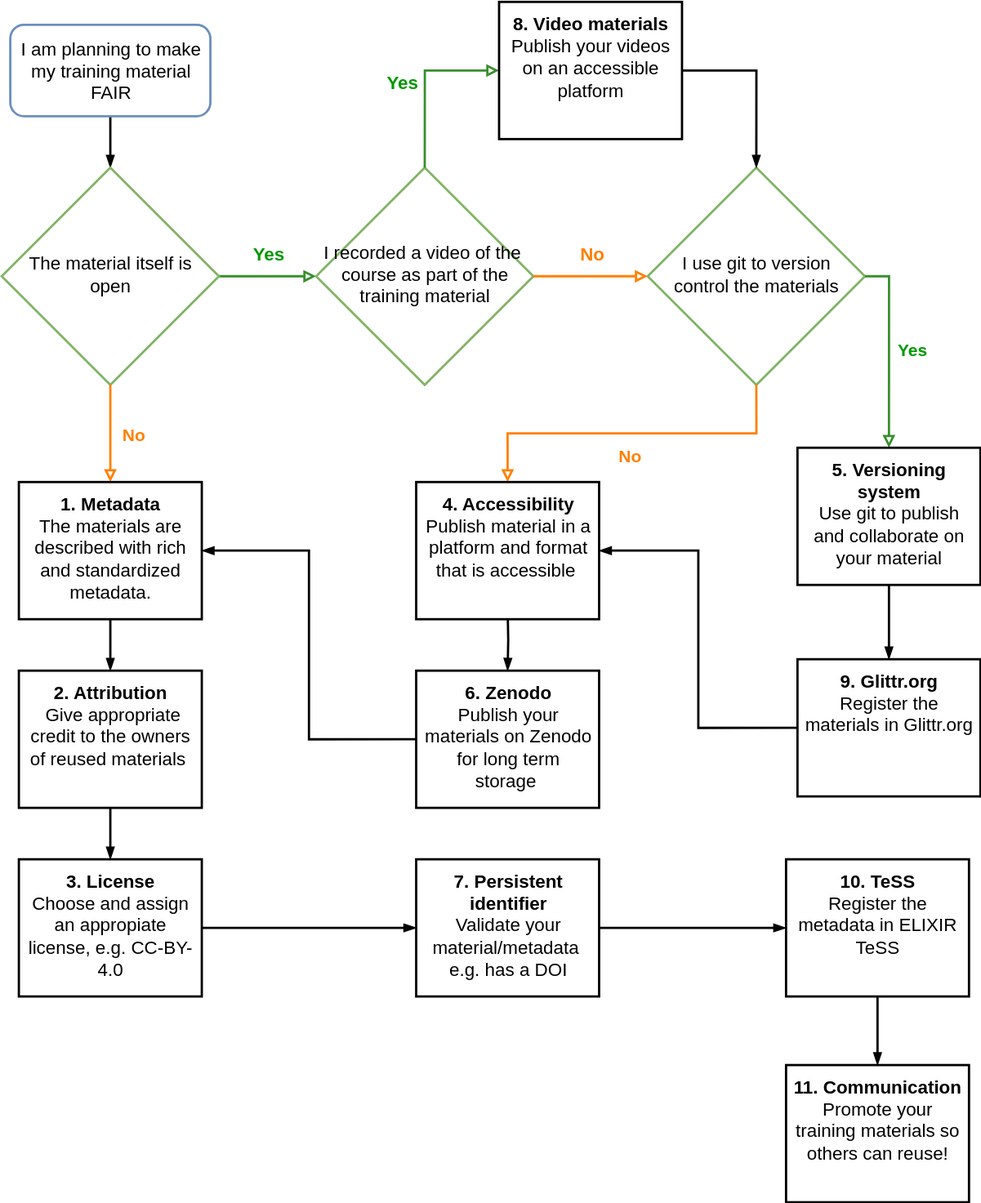
Earlier version of the draw.io export FAIR_training_flowchart.drawio.svg (elixir-europe-training/ELIXIR-TrP-FAIR-Training-Flowchart). Source tidied: cells renumbered, new cells last; positions are measured from the earlier drawing's top-left corner, leaving out a move shared by most shapes.
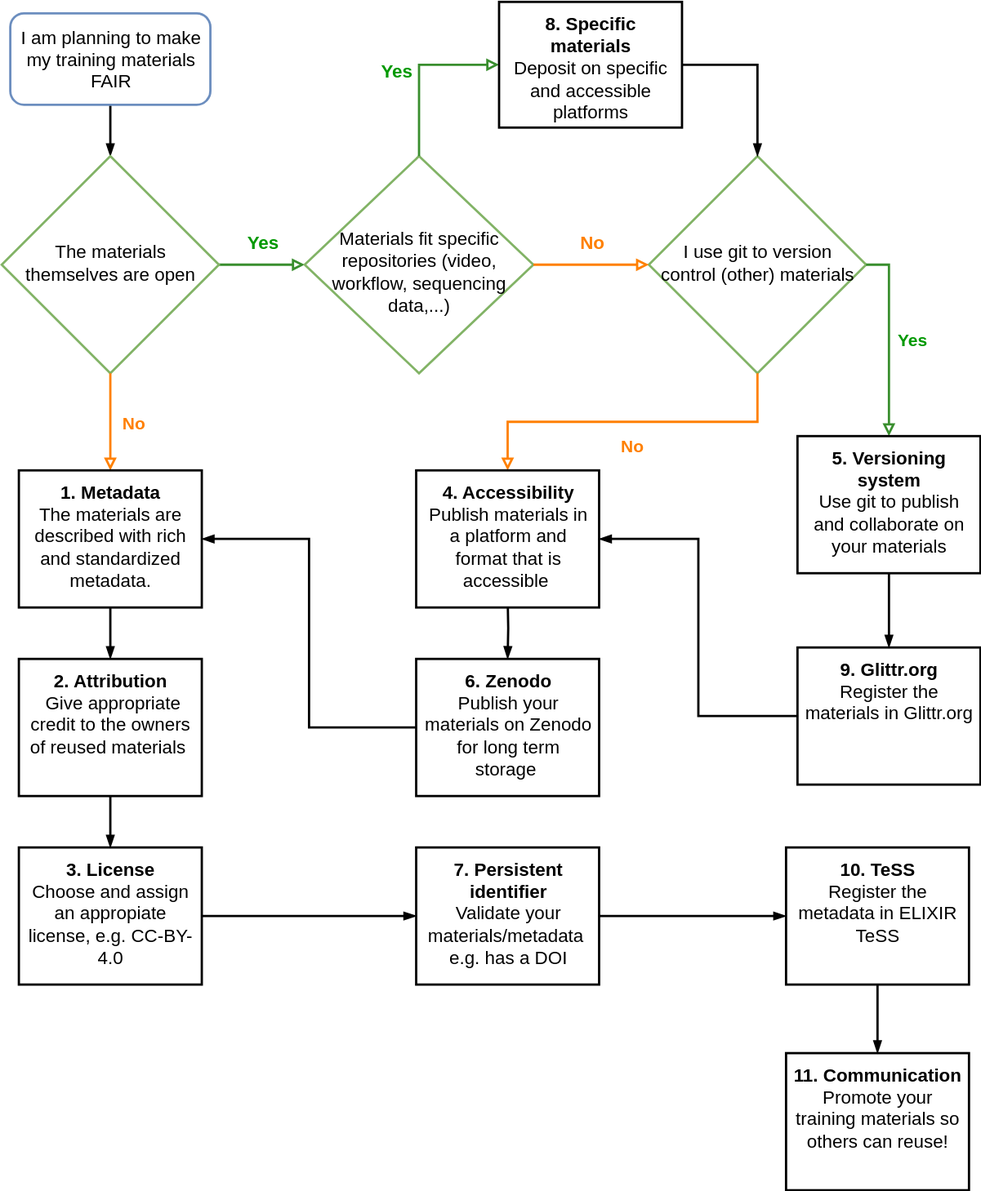
The same diagram one commit later.

Change to the diagram source:
```diff
@@ -5,20 +5,25 @@
     <mxCell id="2" style="rounded=0;html=1;jettySize=auto;fontSize=16;endArrow=blockThin;endFill=1;strokeWidth=2;shadow=0;labelBackgroundColor=none;edgeStyle=orthogonalEdgeStyle;curved=0;entryX=0.5;entryY=0;entryDx=0;entryDy=0;" parent="1" edge="1" source="3" target="11">
       <mxGeometry relative="1" as="geometry" />
     </mxCell>
-    <mxCell id="3" value="&lt;p align=&quot;center&quot;&gt;I am planning to make my training&amp;nbsp;material FAIR&lt;/p&gt;" style="rounded=1;whiteSpace=wrap;html=1;fontSize=16;glass=0;strokeWidth=2;shadow=0;fillColor=none;strokeColor=#6c8ebf;align=center;" parent="1" vertex="1">
+    <mxCell id="3" value="&lt;p align=&quot;center&quot;&gt;I am planning to make my training&amp;nbsp;materials FAIR&lt;/p&gt;" style="rounded=1;whiteSpace=wrap;html=1;fontSize=16;glass=0;strokeWidth=2;shadow=0;fillColor=none;strokeColor=#6c8ebf;align=center;" parent="1" vertex="1">
       <mxGeometry x="7.5" y="20" width="175" height="80" as="geometry" />
     </mxCell>
     <mxCell id="4" value="&lt;font color=&quot;#009900&quot;&gt;&lt;b&gt;Yes&lt;/b&gt;&lt;/font&gt;" style="rounded=0;html=1;jettySize=auto;fontSize=16;endArrow=block;endFill=0;endSize=6;strokeWidth=2;shadow=0;labelBackgroundColor=none;edgeStyle=orthogonalEdgeStyle;strokeColor=#398e2e;entryX=0;entryY=0.5;entryDx=0;entryDy=0;exitX=1;exitY=0.5;exitDx=0;exitDy=0;" parent="1" edge="1" source="11" target="5">
       <mxGeometry x="0.01" y="20" relative="1" as="geometry" />
     </mxCell>
+    <mxCell id="34" style="edgeStyle=orthogonalEdgeStyle;rounded=0;jettySize=auto;html=1;exitX=0;exitY=0.5;exitDx=0;exitDy=0;" parent="1" edge="1" source="5">
+      <mxGeometry relative="1" as="geometry">
+        <mxPoint x="265" y="240" as="targetPoint" />
+      </mxGeometry>
+    </mxCell>
-    <mxCell id="5" value="I recorded a video of the&amp;nbsp;&lt;div&gt;course as part of the training material&lt;/div&gt;" style="rhombus;whiteSpace=wrap;html=1;shadow=0;fontFamily=Helvetica;fontSize=16;align=center;strokeWidth=2;spacing=6;spacingTop=-4;fillColor=none;strokeColor=#82b366;" parent="1" vertex="1">
-      <mxGeometry x="275" y="145" width="190" height="190" as="geometry" />
+    <mxCell id="5" value="Materials fit specific repositories (video, workflow, sequencing data,...)" style="rhombus;whiteSpace=wrap;html=1;shadow=0;fontFamily=Helvetica;fontSize=16;align=center;strokeWidth=2;spacing=0;spacingTop=12;fillColor=none;strokeColor=#82b366;verticalAlign=middle;" parent="1" vertex="1">
+      <mxGeometry x="265" y="145" width="200" height="190" as="geometry" />
     </mxCell>
     <mxCell id="6" value="&lt;font color=&quot;#009900&quot;&gt;&lt;b&gt;Yes&lt;/b&gt;&lt;/font&gt;" style="rounded=0;html=1;jettySize=auto;fontSize=16;endArrow=block;endFill=0;endSize=6;strokeWidth=2;shadow=0;labelBackgroundColor=none;edgeStyle=orthogonalEdgeStyle;strokeColor=#398e2e;exitX=0.5;exitY=0;exitDx=0;exitDy=0;entryX=0;entryY=0.5;entryDx=0;entryDy=0;" parent="1" edge="1" source="5" target="21">
       <mxGeometry y="20" relative="1" as="geometry" />
     </mxCell>
-    <mxCell id="7" value="I use git to version control the materials" style="rhombus;whiteSpace=wrap;html=1;shadow=0;fontFamily=Helvetica;fontSize=16;align=center;strokeWidth=2;spacing=6;spacingTop=-4;fillColor=none;strokeColor=#82b366;" parent="1" vertex="1">
-      <mxGeometry x="565" y="145" width="190" height="190" as="geometry" />
+    <mxCell id="7" value="I use git to version control (other) materials" style="rhombus;whiteSpace=wrap;html=1;shadow=0;fontFamily=Helvetica;fontSize=16;align=center;strokeWidth=2;spacing=6;spacingTop=-4;fillColor=none;strokeColor=#82b366;" parent="1" vertex="1">
+      <mxGeometry x="566" y="145" width="190" height="190" as="geometry" />
     </mxCell>
     <mxCell id="8" value="&lt;font color=&quot;#009900&quot;&gt;&lt;b&gt;Yes&lt;/b&gt;&lt;/font&gt;" style="rounded=0;html=1;jettySize=auto;fontSize=15;endArrow=block;endFill=0;endSize=6;strokeWidth=2;shadow=0;labelBackgroundColor=none;edgeStyle=orthogonalEdgeStyle;strokeColor=#398e2e;entryX=0.5;entryY=0;entryDx=0;entryDy=0;exitX=1;exitY=0.5;exitDx=0;exitDy=0;" parent="1" edge="1" source="7" target="22">
       <mxGeometry y="20" relative="1" as="geometry" />
@@ -29,7 +34,7 @@
     <mxCell id="10" style="edgeStyle=orthogonalEdgeStyle;rounded=0;jettySize=auto;html=1;strokeWidth=2;exitX=0.5;exitY=1;exitDx=0;exitDy=0;fontSize=15;curved=0;endArrow=blockThin;endFill=1;entryX=0.5;entryY=0;entryDx=0;entryDy=0;" parent="1" edge="1" source="22" target="23">
       <mxGeometry relative="1" as="geometry" />
     </mxCell>
-    <mxCell id="11" value="The material itself is open" style="rhombus;whiteSpace=wrap;html=1;shadow=0;fontFamily=Helvetica;fontSize=16;align=center;strokeWidth=2;spacing=6;spacingTop=-4;fillColor=none;strokeColor=#82b366;" parent="1" vertex="1">
+    <mxCell id="11" value="The materials themselves are open" style="rhombus;whiteSpace=wrap;html=1;shadow=0;fontFamily=Helvetica;fontSize=16;align=center;strokeWidth=2;spacing=6;spacingTop=-4;fillColor=none;strokeColor=#82b366;" parent="1" vertex="1">
       <mxGeometry y="145" width="190" height="190" as="geometry" />
     </mxCell>
     <mxCell id="12" value="&lt;b&gt;&lt;font color=&quot;#ff8000&quot;&gt;No&lt;/font&gt;&lt;/b&gt;" style="rounded=0;html=1;jettySize=auto;fontSize=15;endArrow=block;endFill=0;endSize=6;strokeWidth=2;shadow=0;labelBackgroundColor=none;edgeStyle=orthogonalEdgeStyle;strokeColor=#FF8000;exitX=0.5;exitY=1;exitDx=0;exitDy=0;entryX=0.5;entryY=0;entryDx=0;entryDy=0;" parent="1" edge="1" source="11" target="20">
@@ -66,10 +71,10 @@
     <mxCell id="20" value="&lt;div&gt;&lt;font style=&quot;font-size: 16px;&quot;&gt;&lt;span style=&quot;font-weight: 700;&quot;&gt;1. Metadata&lt;/span&gt;&lt;/font&gt;&lt;p style=&quot;margin-top: 0pt; margin-bottom: 0pt; margin-left: 0in; direction: ltr; unicode-bidi: embed; word-break: normal;&quot;&gt;&lt;font style=&quot;font-size: 16px;&quot;&gt;The materials are described with rich and standardized metadata. &lt;font&gt;&lt;font&gt;&lt;span&gt;&lt;br&gt;&lt;/span&gt;&lt;/font&gt;&lt;/font&gt;&lt;/font&gt;&lt;/p&gt;&lt;/div&gt;" style="rounded=0;whiteSpace=wrap;html=1;spacing=5;verticalAlign=top;strokeWidth=2;" parent="1" vertex="1">
       <mxGeometry x="15" y="420" width="160" height="120" as="geometry" />
     </mxCell>
-    <mxCell id="21" value="&lt;div&gt;&lt;font&gt;&lt;span style=&quot;font-weight: 700;&quot;&gt;8. Video materials&lt;/span&gt;&lt;/font&gt;&lt;p style=&quot;margin-top: 0pt; margin-bottom: 0pt; margin-left: 0in; direction: ltr; unicode-bidi: embed; word-break: normal;&quot;&gt;&lt;font&gt;&lt;span&gt;Publish your videos on an accessible platform&lt;/span&gt;&lt;/font&gt;&lt;/p&gt;&lt;/div&gt;" style="rounded=0;whiteSpace=wrap;html=1;spacing=5;verticalAlign=top;strokeWidth=2;fontSize=16;" parent="1" vertex="1">
-      <mxGeometry x="435" width="160" height="120" as="geometry" />
+    <mxCell id="21" value="&lt;div&gt;&lt;font&gt;&lt;span style=&quot;font-weight: 700;&quot;&gt;8. Specific materials&lt;/span&gt;&lt;/font&gt;&lt;p style=&quot;margin-top: 0pt; margin-bottom: 0pt; margin-left: 0in; direction: ltr; unicode-bidi: embed; word-break: normal;&quot;&gt;&lt;font&gt;&lt;span&gt;Deposit on specific and accessible platforms&lt;/span&gt;&lt;/font&gt;&lt;/p&gt;&lt;/div&gt;" style="rounded=0;whiteSpace=wrap;html=1;spacing=5;verticalAlign=top;strokeWidth=2;fontSize=16;" parent="1" vertex="1">
+      <mxGeometry x="435" y="10" width="160" height="110" as="geometry" />
     </mxCell>
-    <mxCell id="22" value="&lt;div&gt;&lt;font style=&quot;font-size: 16px;&quot;&gt;&lt;span style=&quot;font-weight: 700;&quot;&gt;5. Versioning system&lt;/span&gt;&lt;/font&gt;&lt;p style=&quot;margin-top: 0pt; margin-bottom: 0pt; margin-left: 0in; direction: ltr; unicode-bidi: embed; word-break: normal;&quot;&gt;&lt;font size=&quot;3&quot;&gt;&lt;span&gt;Use git to publish and collaborate on your material&lt;/span&gt;&lt;/font&gt;&lt;/p&gt;&lt;/div&gt;" style="rounded=0;whiteSpace=wrap;html=1;spacing=5;verticalAlign=top;strokeWidth=2;" parent="1" vertex="1">
+    <mxCell id="22" value="&lt;div&gt;&lt;font style=&quot;font-size: 16px;&quot;&gt;&lt;span style=&quot;font-weight: 700;&quot;&gt;5. Versioning system&lt;/span&gt;&lt;/font&gt;&lt;p style=&quot;margin-top: 0pt; margin-bottom: 0pt; margin-left: 0in; direction: ltr; unicode-bidi: embed; word-break: normal;&quot;&gt;&lt;font size=&quot;3&quot;&gt;&lt;span&gt;Use git to publish and collaborate on your materials&lt;/span&gt;&lt;/font&gt;&lt;/p&gt;&lt;/div&gt;" style="rounded=0;whiteSpace=wrap;html=1;spacing=5;verticalAlign=top;strokeWidth=2;" parent="1" vertex="1">
       <mxGeometry x="696" y="390" width="160" height="120" as="geometry" />
     </mxCell>
     <mxCell id="23" value="&lt;div&gt;&lt;font style=&quot;font-size: 16px;&quot;&gt;&lt;span style=&quot;font-weight: 700;&quot;&gt;9. Glittr.org&lt;/span&gt;&lt;/font&gt;&lt;p style=&quot;margin-top: 0pt; margin-bottom: 0pt; margin-left: 0in; direction: ltr; unicode-bidi: embed; word-break: normal;&quot;&gt;&lt;font size=&quot;3&quot;&gt;&lt;span&gt;Register the materials in Glittr.org&lt;/span&gt;&lt;/font&gt;&lt;/p&gt;&lt;/div&gt;" style="rounded=0;whiteSpace=wrap;html=1;spacing=5;verticalAlign=top;strokeWidth=2;" parent="1" vertex="1">
@@ -81,7 +86,7 @@
     <mxCell id="25" style="edgeStyle=orthogonalEdgeStyle;rounded=0;jettySize=auto;html=1;strokeWidth=2;exitX=0;exitY=0.5;exitDx=0;exitDy=0;fontSize=15;curved=0;endArrow=blockThin;endFill=1;entryX=1;entryY=0.5;entryDx=0;entryDy=0;" parent="1" edge="1" source="23" target="26">
       <mxGeometry relative="1" as="geometry" />
     </mxCell>
-    <mxCell id="26" value="&lt;div&gt;&lt;font style=&quot;font-size: 16px;&quot;&gt;&lt;span style=&quot;font-weight: 700;&quot;&gt;4. Accessibility&lt;/span&gt;&lt;/font&gt;&lt;p style=&quot;margin-top: 0pt; margin-bottom: 0pt; margin-left: 0in; direction: ltr; unicode-bidi: embed; word-break: normal;&quot;&gt;&lt;font size=&quot;3&quot;&gt;&lt;span&gt;Publish material in a platform and format that is accessible&amp;nbsp;&lt;/span&gt;&lt;/font&gt;&lt;/p&gt;&lt;/div&gt;" style="rounded=0;whiteSpace=wrap;html=1;spacing=5;verticalAlign=top;strokeWidth=2;" parent="1" vertex="1">
+    <mxCell id="26" value="&lt;div&gt;&lt;font style=&quot;font-size: 16px;&quot;&gt;&lt;span style=&quot;font-weight: 700;&quot;&gt;4. Accessibility&lt;/span&gt;&lt;/font&gt;&lt;p style=&quot;margin-top: 0pt; margin-bottom: 0pt; margin-left: 0in; direction: ltr; unicode-bidi: embed; word-break: normal;&quot;&gt;&lt;font size=&quot;3&quot;&gt;&lt;span&gt;Publish materials in a platform and format that is accessible&amp;nbsp;&lt;/span&gt;&lt;/font&gt;&lt;/p&gt;&lt;/div&gt;" style="rounded=0;whiteSpace=wrap;html=1;spacing=5;verticalAlign=top;strokeWidth=2;" parent="1" vertex="1">
       <mxGeometry x="362.5" y="420" width="160" height="120" as="geometry" />
     </mxCell>
     <mxCell id="27" value="&lt;div&gt;&lt;font style=&quot;font-size: 16px;&quot;&gt;&lt;span style=&quot;font-weight: 700;&quot;&gt;6. Zenodo&lt;/span&gt;&lt;/font&gt;&lt;p style=&quot;margin-top: 0pt; margin-bottom: 0pt; margin-left: 0in; direction: ltr; unicode-bidi: embed; word-break: normal;&quot;&gt;&lt;font size=&quot;3&quot;&gt;&lt;span&gt;Publish your materials on Zenodo for long term storage&amp;nbsp;&lt;/span&gt;&lt;/font&gt;&lt;/p&gt;&lt;/div&gt;" style="rounded=0;whiteSpace=wrap;html=1;spacing=5;verticalAlign=top;strokeWidth=2;" parent="1" vertex="1">
@@ -96,7 +101,7 @@
     <mxCell id="30" value="&lt;div&gt;&lt;font style=&quot;font-size: 16px;&quot;&gt;&lt;span style=&quot;font-weight: 700;&quot;&gt;3. License&lt;/span&gt;&lt;/font&gt;&lt;p style=&quot;margin-top: 0pt; margin-bottom: 0pt; margin-left: 0in; direction: ltr; unicode-bidi: embed; word-break: normal;&quot;&gt;&lt;font size=&quot;3&quot;&gt;Choose and assign an appropiate license, e.g. CC-BY-4.0&lt;/font&gt;&lt;/p&gt;&lt;/div&gt;" style="rounded=0;whiteSpace=wrap;html=1;spacing=5;verticalAlign=top;strokeWidth=2;" parent="1" vertex="1">
       <mxGeometry x="15" y="750" width="160" height="120" as="geometry" />
     </mxCell>
-    <mxCell id="31" value="&lt;div&gt;&lt;font style=&quot;font-size: 16px;&quot;&gt;&lt;span style=&quot;font-weight: 700;&quot;&gt;7. Persistent identifier&lt;/span&gt;&lt;/font&gt;&lt;p style=&quot;margin-top: 0pt; margin-bottom: 0pt; margin-left: 0in; direction: ltr; unicode-bidi: embed; word-break: normal;&quot;&gt;&lt;font size=&quot;3&quot;&gt;Validate your material/metadata&amp;nbsp; e.g. has a DOI&lt;/font&gt;&lt;/p&gt;&lt;/div&gt;" style="rounded=0;whiteSpace=wrap;html=1;spacing=5;verticalAlign=top;strokeWidth=2;" parent="1" vertex="1">
+    <mxCell id="31" value="&lt;div&gt;&lt;font style=&quot;font-size: 16px;&quot;&gt;&lt;span style=&quot;font-weight: 700;&quot;&gt;7. Persistent identifier&lt;/span&gt;&lt;/font&gt;&lt;p style=&quot;margin-top: 0pt; margin-bottom: 0pt; margin-left: 0in; direction: ltr; unicode-bidi: embed; word-break: normal;&quot;&gt;&lt;font size=&quot;3&quot;&gt;Validate your materials/metadata&amp;nbsp; e.g. has a DOI&lt;/font&gt;&lt;/p&gt;&lt;/div&gt;" style="rounded=0;whiteSpace=wrap;html=1;spacing=5;verticalAlign=top;strokeWidth=2;" parent="1" vertex="1">
       <mxGeometry x="362.5" y="750" width="160" height="120" as="geometry" />
     </mxCell>
     <mxCell id="32" value="&lt;div&gt;&lt;font style=&quot;font-size: 16px;&quot;&gt;&lt;span style=&quot;font-weight: 700;&quot;&gt;11. Communication&lt;/span&gt;&lt;/font&gt;&lt;p style=&quot;margin-top: 0pt; margin-bottom: 0pt; margin-left: 0in; direction: ltr; unicode-bidi: embed; word-break: normal;&quot;&gt;&lt;font size=&quot;3&quot;&gt;Promote your training materials so others can reuse!&lt;/font&gt;&lt;/p&gt;&lt;/div&gt;" style="rounded=0;whiteSpace=wrap;html=1;spacing=5;verticalAlign=top;strokeWidth=2;" parent="1" vertex="1">
```
